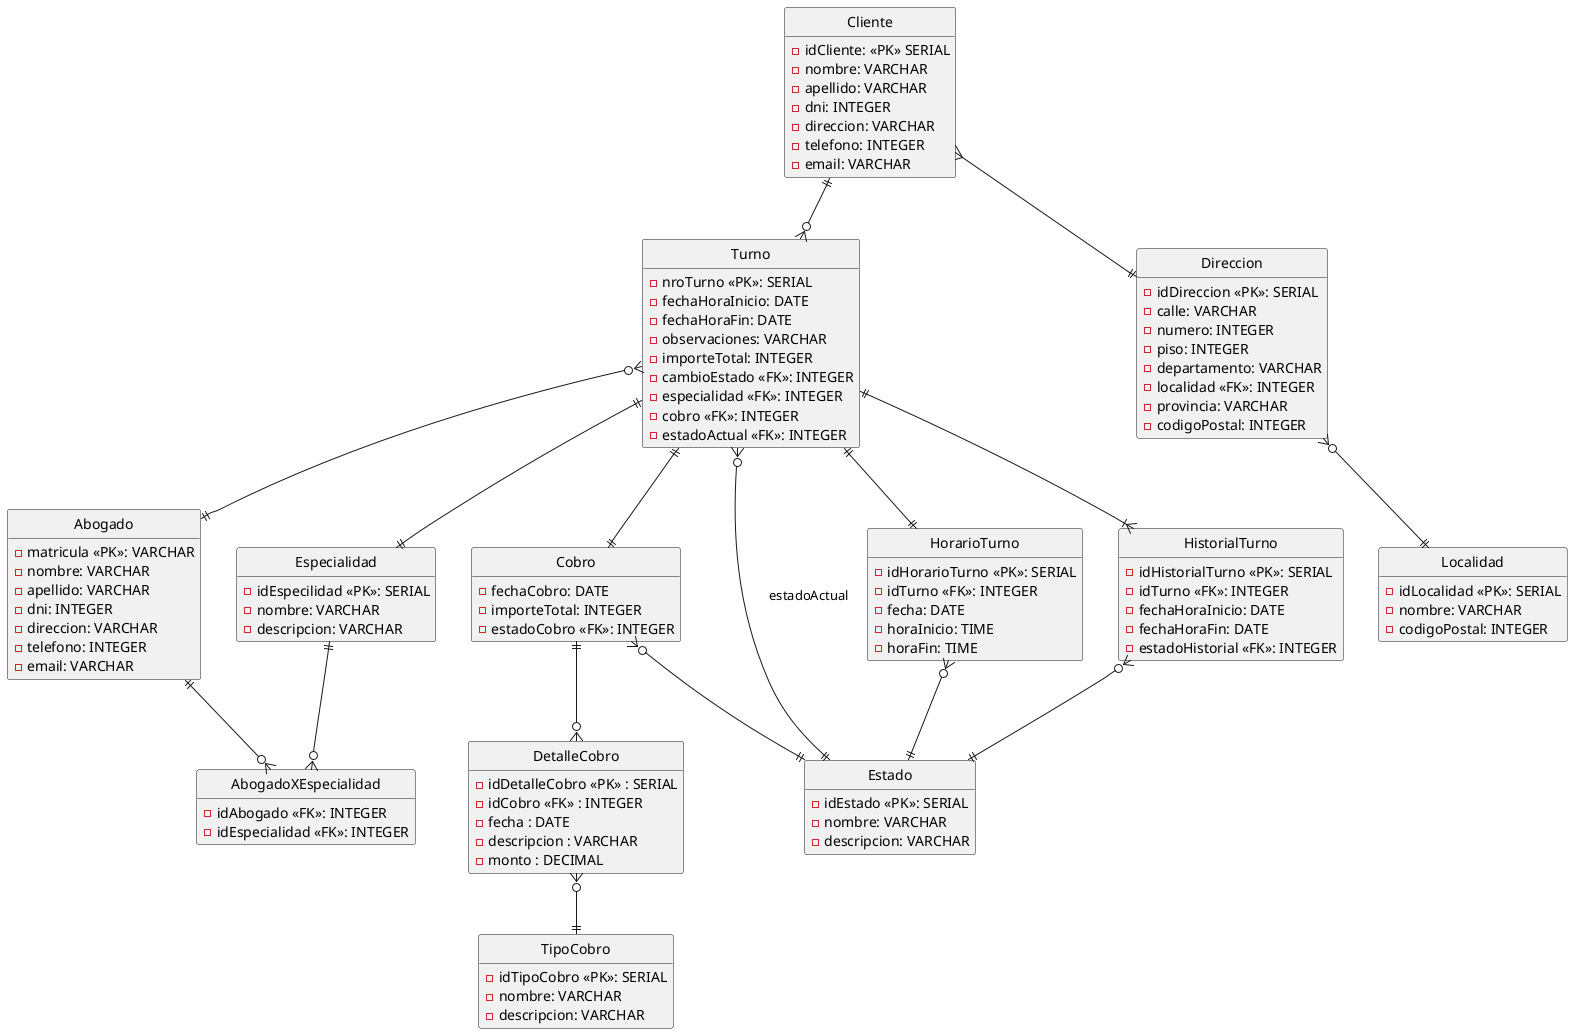
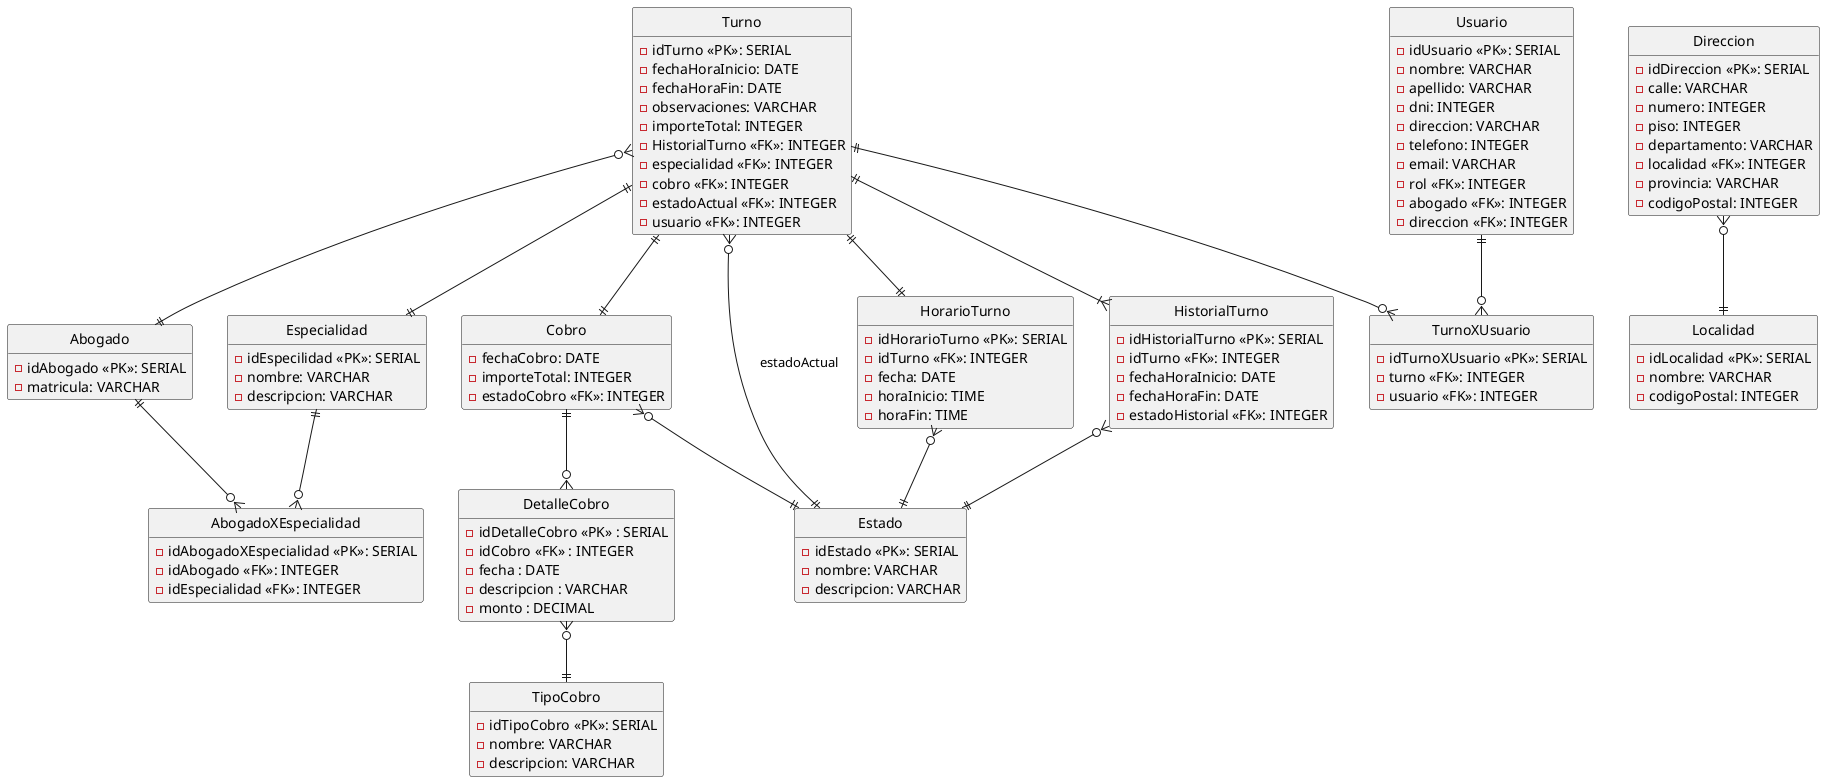
@startuml derMedinaYAsociados
hide circle
hide empty method

entity Turno {
-     -nroTurno <<PK>>: SERIAL
+     -idTurno <<PK>>: SERIAL
    -fechaHoraInicio: DATE
    -fechaHoraFin: DATE
    -observaciones: VARCHAR
    -importeTotal: INTEGER
-     -cambioEstado <<FK>>: INTEGER
+     -HistorialTurno <<FK>>: INTEGER
    -especialidad <<FK>>: INTEGER
    -cobro <<FK>>: INTEGER
    -estadoActual <<FK>>: INTEGER
+     -usuario <<FK>>: INTEGER
}

entity Abogado {
-     -matricula <<PK>>: VARCHAR
-     -nombre: VARCHAR
-     -apellido: VARCHAR
-     -dni: INTEGER
-     -direccion: VARCHAR
-     -telefono: INTEGER
-     -email: VARCHAR
+     -idAbogado <<PK>>: SERIAL
+     -matricula: VARCHAR
}

- entity Cliente {
-     -idCliente: <<PK>> SERIAL
-     -nombre: VARCHAR
-     -apellido: VARCHAR
-     -dni: INTEGER
-     -direccion: VARCHAR
-     -telefono: INTEGER
-     -email: VARCHAR
- }

entity Cobro {
    -fechaCobro: DATE
    -importeTotal: INTEGER
    -estadoCobro <<FK>>: INTEGER
}

entity Especialidad {
    -idEspecilidad <<PK>>: SERIAL
    -nombre: VARCHAR
    -descripcion: VARCHAR
}

entity TipoCobro {
    -idTipoCobro <<PK>>: SERIAL
    -nombre: VARCHAR
    -descripcion: VARCHAR
}

entity Estado {
    -idEstado <<PK>>: SERIAL
    -nombre: VARCHAR
    -descripcion: VARCHAR
}

entity DetalleCobro {
    - idDetalleCobro <<PK>> : SERIAL
    - idCobro <<FK>> : INTEGER
    - fecha : DATE
    - descripcion : VARCHAR
    - monto : DECIMAL
}

entity Direccion {
    -idDireccion <<PK>>: SERIAL
    -calle: VARCHAR
    -numero: INTEGER
    -piso: INTEGER
    -departamento: VARCHAR
    -localidad <<FK>>: INTEGER
    -provincia: VARCHAR
    -codigoPostal: INTEGER
}

entity Localidad {
    -idLocalidad <<PK>>: SERIAL
    -nombre: VARCHAR
    -codigoPostal: INTEGER
}

entity HorarioTurno {
    -idHorarioTurno <<PK>>: SERIAL
    -idTurno <<FK>>: INTEGER
    -fecha: DATE
    -horaInicio: TIME
    -horaFin: TIME
}

entity HistorialTurno {
    -idHistorialTurno <<PK>>: SERIAL
    -idTurno <<FK>>: INTEGER
    -fechaHoraInicio: DATE
    -fechaHoraFin: DATE
    -estadoHistorial <<FK>>: INTEGER
}

entity AbogadoXEspecialidad{
+     -idAbogadoXEspecialidad <<PK>>: SERIAL
    -idAbogado <<FK>>: INTEGER
    -idEspecialidad <<FK>>: INTEGER
+ }
+ 
+ entity Usuario{
+     -idUsuario <<PK>>: SERIAL
+     -nombre: VARCHAR
+     -apellido: VARCHAR
+     -dni: INTEGER
+     -direccion: VARCHAR
+     -telefono: INTEGER
+     -email: VARCHAR
+     -rol <<FK>>: INTEGER
+     -abogado <<FK>>: INTEGER
+     -direccion <<FK>>: INTEGER
+ }
+ 
+ entity TurnoXUsuario{
+     -idTurnoXUsuario <<PK>>: SERIAL
+     -turno <<FK>>: INTEGER
+     -usuario <<FK>>: INTEGER
}

Turno ||--|| Cobro
Turno }o--|| Estado : "estadoActual"
Turno ||--|{ HistorialTurno
Turno ||--|| Especialidad
Turno ||--|| HorarioTurno
Turno }o--|| Abogado

Cobro ||--o{ DetalleCobro
Cobro }o--|| Estado

- Cliente ||--o{ Turno
- Cliente }--|| Direccion


DetalleCobro }o--|| TipoCobro

HistorialTurno }o--||Estado

HorarioTurno }o--||Estado

AbogadoXEspecialidad }o-up-|| Especialidad
AbogadoXEspecialidad }o-up-|| Abogado

Direccion }o--|| Localidad

+ Turno ||--o{ TurnoXUsuario
+ Usuario ||--o{ TurnoXUsuario
@enduml